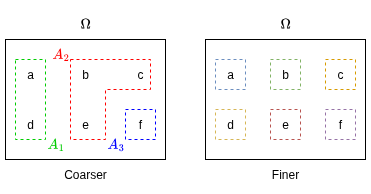
This is quantitative/documentation/images/partition.png from mattwalmsley/financial-modelling, a draw.io export, as it was before one commit. Source tidied: cells renumbered, new cells last; positions are measured from the earlier drawing's top-left corner, leaving out a move shared by most shapes.
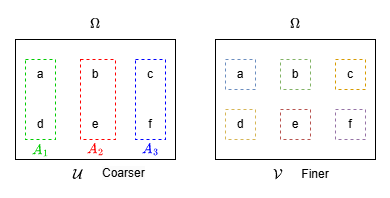
After the change.

Change to the diagram source:
```diff
@@ -2,6 +2,9 @@
   <root>
     <mxCell id="0" />
     <mxCell id="1" parent="0" />
+    <mxCell id="32" style="rounded=0;whiteSpace=wrap;html=1;strokeColor=none;fillColor=#FFFFFF;" parent="1" vertex="1">
+      <mxGeometry x="-10" y="5" width="380" height="175" as="geometry" />
+    </mxCell>
     <mxCell id="2" style="rounded=0;whiteSpace=wrap;html=1;" parent="1" vertex="1">
       <mxGeometry y="30" width="160" height="120" as="geometry" />
     </mxCell>
@@ -45,13 +48,13 @@
       <mxGeometry x="320" y="100" width="30" height="30" as="geometry" />
     </mxCell>
     <mxCell id="16" style="shape=corner;whiteSpace=wrap;html=1;fillColor=none;dx=35;dy=30;strokeColor=#FF0000;dashed=1;" parent="1" vertex="1">
-      <mxGeometry x="65" y="50" width="80" height="80" as="geometry" />
+      <mxGeometry x="65" y="50" width="35" height="80" as="geometry" />
     </mxCell>
     <mxCell id="17" style="rounded=0;whiteSpace=wrap;html=1;fillColor=none;strokeColor=#00CC00;dashed=1;" parent="1" vertex="1">
       <mxGeometry x="10" y="50" width="30" height="80" as="geometry" />
     </mxCell>
-    <mxCell id="18" style="rounded=0;whiteSpace=wrap;html=1;fillColor=none;strokeColor=#0000ff;dashed=1;" parent="1" vertex="1">
-      <mxGeometry x="120" y="100" width="30" height="30" as="geometry" />
+    <mxCell id="18" style="rounded=0;whiteSpace=wrap;html=1;fillColor=none;strokeColor=#0000FF;dashed=1;" parent="1" vertex="1">
+      <mxGeometry x="120" y="50" width="30" height="80" as="geometry" />
     </mxCell>
     <mxCell id="19" style="rounded=0;whiteSpace=wrap;html=1;fillColor=none;strokeColor=#6c8ebf;dashed=1;" parent="1" vertex="1">
       <mxGeometry x="210" y="50" width="30" height="30" as="geometry" />
@@ -74,23 +77,29 @@
     <mxCell id="25" value="$$\Omega$$" style="text;html=1;align=center;verticalAlign=middle;strokeColor=none;fillColor=none;" parent="1" vertex="1">
       <mxGeometry x="35" width="90" height="30" as="geometry" />
     </mxCell>
-    <mxCell id="26" value="$$A_{1}$$" style="text;html=1;align=center;verticalAlign=middle;strokeColor=none;fillColor=none;fontColor=#00CC00;" parent="1" vertex="1">
-      <mxGeometry x="10" y="120" width="80" height="30" as="geometry" />
-    </mxCell>
     <mxCell id="27" value="$$A_{2}$$" style="text;html=1;align=center;verticalAlign=middle;strokeColor=none;fillColor=none;fontColor=#ff0000;" parent="1" vertex="1">
-      <mxGeometry x="15" y="30" width="80" height="30" as="geometry" />
+      <mxGeometry x="40" y="125" width="80" height="30" as="geometry" />
     </mxCell>
     <mxCell id="28" value="$$A_{3}$$" style="text;html=1;align=center;verticalAlign=middle;strokeColor=none;fillColor=none;fontColor=#0000FF;" parent="1" vertex="1">
-      <mxGeometry x="70" y="120" width="80" height="30" as="geometry" />
+      <mxGeometry x="95" y="125" width="80" height="30" as="geometry" />
     </mxCell>
-    <mxCell id="29" value="Coarser" style="text;html=1;align=center;verticalAlign=middle;whiteSpace=wrap;rounded=0;" parent="1" vertex="1">
-      <mxGeometry x="50" y="150" width="60" height="30" as="geometry" />
+    <mxCell id="29" value="$$\mathcal{U}$$" style="text;html=1;align=center;verticalAlign=middle;whiteSpace=wrap;rounded=0;" parent="1" vertex="1">
+      <mxGeometry x="45" y="150" width="35" height="30" as="geometry" />
     </mxCell>
     <mxCell id="30" value="Finer" style="text;html=1;align=center;verticalAlign=middle;whiteSpace=wrap;rounded=0;" parent="1" vertex="1">
-      <mxGeometry x="250" y="150" width="60" height="30" as="geometry" />
+      <mxGeometry x="270" y="150" width="60" height="30" as="geometry" />
     </mxCell>
     <mxCell id="31" value="$$\Omega$$" style="text;html=1;align=center;verticalAlign=middle;strokeColor=none;fillColor=none;" parent="1" vertex="1">
       <mxGeometry x="235" width="90" height="30" as="geometry" />
     </mxCell>
+    <mxCell id="33" value="&lt;span style=&quot;color: rgb(0, 0, 0); font-family: Helvetica; font-size: 12px; font-style: normal; font-variant-ligatures: normal; font-variant-caps: normal; font-weight: 400; letter-spacing: normal; orphans: 2; text-align: center; text-indent: 0px; text-transform: none; widows: 2; word-spacing: 0px; -webkit-text-stroke-width: 0px; white-space: normal; background-color: rgb(251, 251, 251); text-decoration-thickness: initial; text-decoration-style: initial; text-decoration-color: initial; display: inline !important; float: none;&quot;&gt;Coarser&lt;/span&gt;" style="text;whiteSpace=wrap;html=1;" parent="1" vertex="1">
+      <mxGeometry x="85" y="150" width="70" height="25" as="geometry" />
+    </mxCell>
+    <mxCell id="26" value="&lt;span style=&quot;color: rgb(0, 204, 0); font-family: Helvetica; font-size: 12px; font-style: normal; font-variant-ligatures: normal; font-variant-caps: normal; font-weight: 400; letter-spacing: normal; orphans: 2; text-align: center; text-indent: 0px; text-transform: none; widows: 2; word-spacing: 0px; -webkit-text-stroke-width: 0px; white-space: nowrap; background-color: rgb(251, 251, 251); text-decoration-thickness: initial; text-decoration-style: initial; text-decoration-color: initial; display: inline !important; float: none;&quot;&gt;$$A_{1}$$&lt;/span&gt;" style="text;whiteSpace=wrap;html=1;" parent="1" vertex="1">
+      <mxGeometry x="15" y="115" width="25" height="25" as="geometry" />
+    </mxCell>
+    <mxCell id="34" value="$$\mathcal{V}$$" style="text;html=1;align=center;verticalAlign=middle;whiteSpace=wrap;rounded=0;" parent="1" vertex="1">
+      <mxGeometry x="245" y="150" width="35" height="30" as="geometry" />
+    </mxCell>
   </root>
 </mxGraphModel>
```
